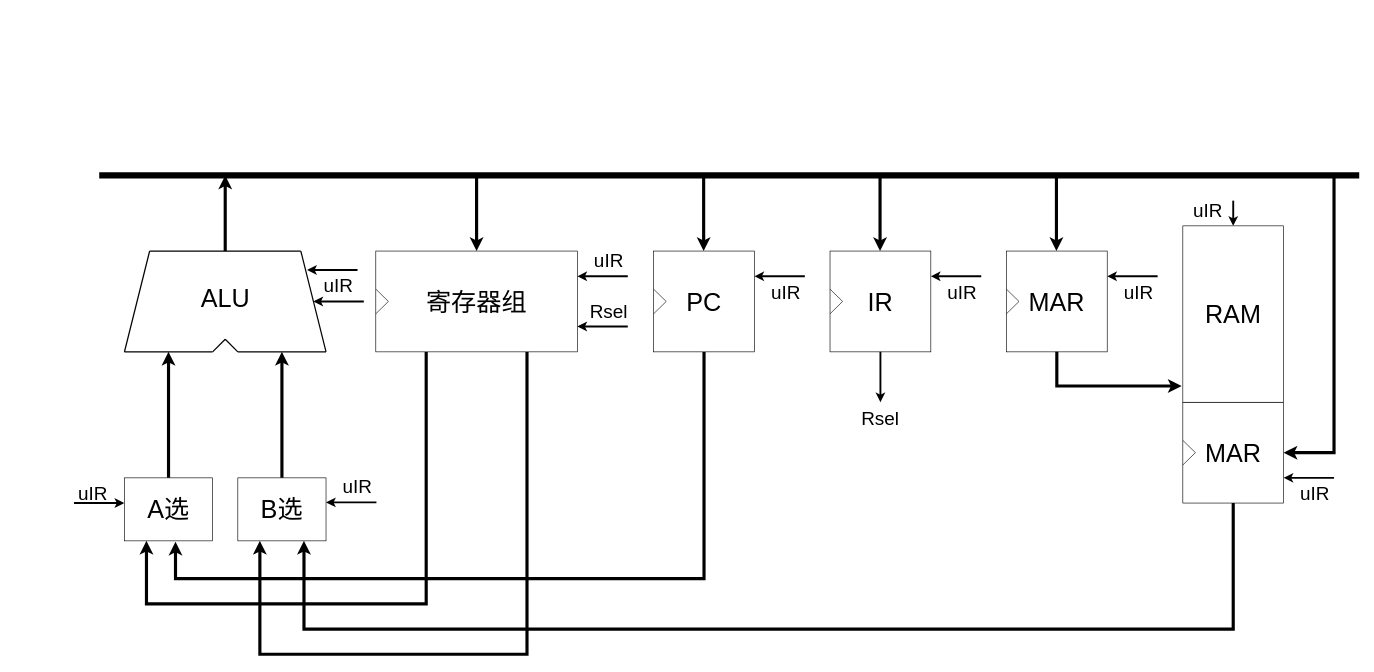
This is toHandOn/总体结构图.drawio from ShiaoYoung/Computer_Composition_Experiment, a draw.io file, before an edit. Source tidied: cells renumbered, new cells numbered last; positions are measured from the earlier drawing's top-left corner, leaving out a move shared by most shapes. Both pictures are drawn from the tidied source at 63%, with x=0, y=0 at pixel (74, 175).
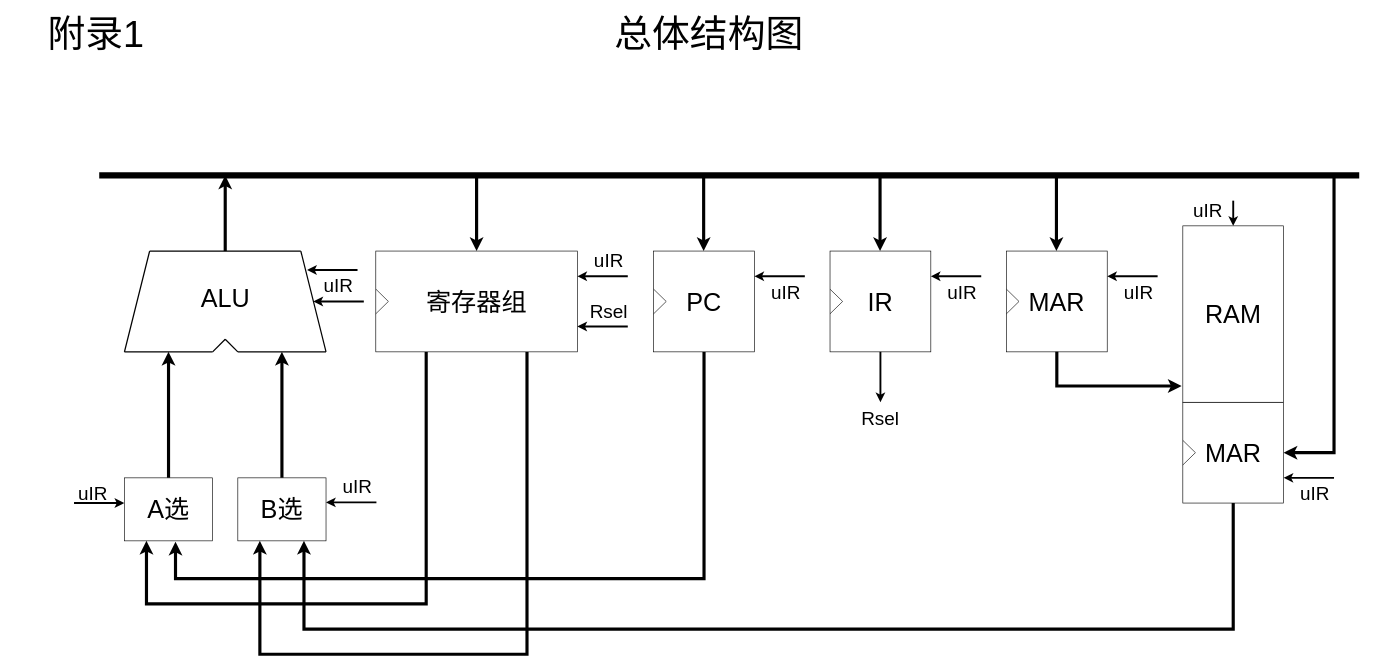
The same page after the edit.

Commit message:
更新总体结构图.drawio

What changed in the source:
```diff
@@
+    <mxCell id="65" value="&lt;font style=&quot;font-size: 60px;&quot;&gt;附录1&lt;/font&gt;" style="text;html=1;align=center;verticalAlign=middle;whiteSpace=wrap;rounded=0;" parent="1" vertex="1">
+      <mxGeometry x="-100" y="-240" width="270" height="30" as="geometry" />
+    </mxCell>
+    <mxCell id="66" value="&lt;font style=&quot;font-size: 60px;&quot;&gt;总体结构图&lt;/font&gt;" style="text;html=1;align=center;verticalAlign=middle;whiteSpace=wrap;rounded=0;" parent="1" vertex="1">
+      <mxGeometry x="673" y="-240" width="670" height="30" as="geometry" />
+    </mxCell>
```
